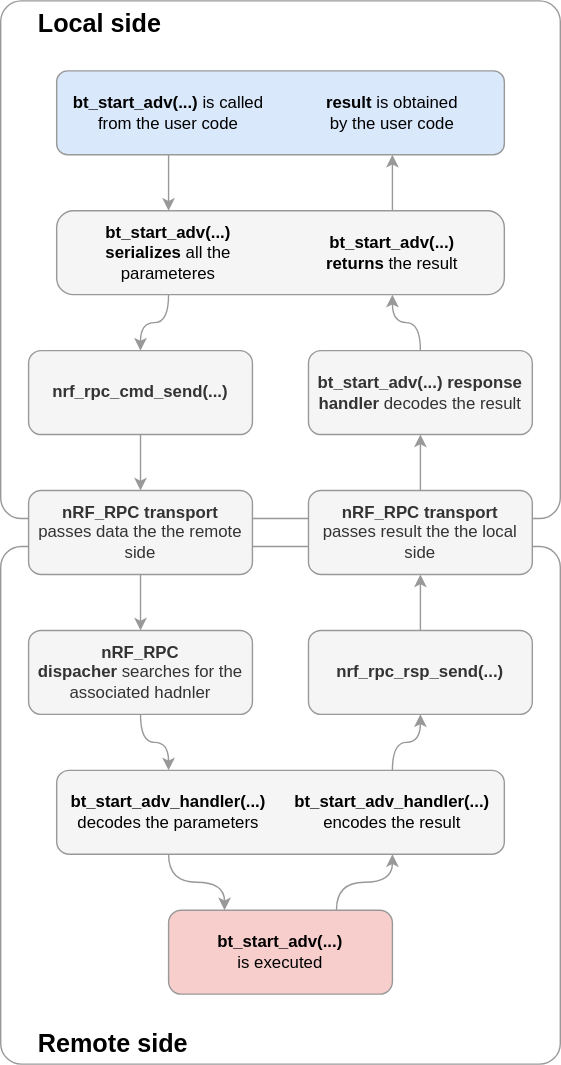
The draw.io diagram nrf_rpc/doc/img/cmd_flow.svg in doki-nordic/nrfxlib-1, before a commit. Source tidied: cells renumbered, new cells last; positions are measured from the earlier drawing's top-left corner, leaving out a move shared by most shapes. The source it was exported from:
```xml
<mxGraphModel>
  <root>
    <mxCell id="0" />
    <mxCell id="1" parent="0" />
    <mxCell id="2" value="&lt;span style=&quot;font-size: 18px;&quot;&gt;&amp;nbsp; &amp;nbsp; &amp;nbsp;Remote side&lt;/span&gt;" style="rounded=1;whiteSpace=wrap;html=1;arcSize=4;verticalAlign=bottom;align=left;fontSize=18;fontStyle=1;fillColor=none;strokeColor=#999999;" parent="1" vertex="1">
      <mxGeometry y="390" width="400" height="370" as="geometry" />
    </mxCell>
    <mxCell id="3" value="&amp;nbsp; &amp;nbsp; &amp;nbsp;Local side" style="rounded=1;whiteSpace=wrap;html=1;arcSize=4;align=left;verticalAlign=top;fontSize=18;fontStyle=1;fillColor=none;strokeColor=#999999;" parent="1" vertex="1">
      <mxGeometry width="400" height="370" as="geometry" />
    </mxCell>
    <mxCell id="4" style="rounded=1;whiteSpace=wrap;html=1;arcSize=13;fillColor=#dae8fc;strokeColor=#999999;" parent="1" vertex="1">
      <mxGeometry x="40" y="50" width="320" height="60" as="geometry" />
    </mxCell>
    <mxCell id="5" style="edgeStyle=orthogonalEdgeStyle;rounded=0;jettySize=auto;html=1;fillColor=#f5f5f5;strokeColor=#999999;" parent="1" edge="1" source="6" target="8">
      <mxGeometry relative="1" as="geometry" />
    </mxCell>
    <mxCell id="6" value="&lt;b&gt;nrf_rpc_cmd_send(...)&lt;/b&gt;" style="rounded=1;whiteSpace=wrap;html=1;fillColor=#f5f5f5;strokeColor=#999999;fontColor=#333333;" parent="1" vertex="1">
      <mxGeometry x="19.9" y="250" width="160" height="60" as="geometry" />
    </mxCell>
    <mxCell id="7" style="edgeStyle=orthogonalEdgeStyle;rounded=0;jettySize=auto;html=1;exitX=0.5;exitY=1;exitDx=0;exitDy=0;fillColor=#f5f5f5;strokeColor=#999999;" parent="1" edge="1" source="8" target="10">
      <mxGeometry relative="1" as="geometry" />
    </mxCell>
    <mxCell id="8" value="&lt;b&gt;nRF_RPC transport&lt;/b&gt;&lt;br&gt;passes data the the remote side" style="rounded=1;whiteSpace=wrap;html=1;fillColor=#f5f5f5;strokeColor=#999999;fontColor=#333333;" parent="1" vertex="1">
      <mxGeometry x="19.9" y="350" width="160" height="60" as="geometry" />
    </mxCell>
    <mxCell id="9" style="edgeStyle=orthogonalEdgeStyle;curved=1;rounded=0;jettySize=auto;html=1;exitX=0.5;exitY=1;exitDx=0;exitDy=0;strokeColor=#999999;" parent="1" edge="1" source="10" target="27">
      <mxGeometry relative="1" as="geometry" />
    </mxCell>
    <mxCell id="10" value="&lt;b&gt;nRF_RPC dispacher&lt;/b&gt;&amp;nbsp;searches for the associated hadnler" style="rounded=1;whiteSpace=wrap;html=1;fillColor=#f5f5f5;strokeColor=#999999;fontColor=#333333;" parent="1" vertex="1">
      <mxGeometry x="19.9" y="450" width="160" height="60" as="geometry" />
    </mxCell>
    <mxCell id="11" style="edgeStyle=orthogonalEdgeStyle;curved=1;rounded=0;jettySize=auto;html=1;exitX=0.5;exitY=0;exitDx=0;exitDy=0;entryX=0.5;entryY=1;entryDx=0;entryDy=0;strokeColor=#999999;" parent="1" edge="1" source="12" target="14">
      <mxGeometry relative="1" as="geometry" />
    </mxCell>
    <mxCell id="12" value="&lt;b&gt;nRF_RPC&amp;nbsp;&lt;/b&gt;&lt;b&gt;transport&lt;/b&gt;&lt;br&gt;passes result the the local side" style="rounded=1;whiteSpace=wrap;html=1;fillColor=#f5f5f5;strokeColor=#999999;fontColor=#333333;" parent="1" vertex="1">
      <mxGeometry x="220" y="350" width="160" height="60" as="geometry" />
    </mxCell>
    <mxCell id="13" style="edgeStyle=orthogonalEdgeStyle;curved=1;rounded=0;jettySize=auto;html=1;exitX=0.5;exitY=0;exitDx=0;exitDy=0;entryX=0.5;entryY=1;entryDx=0;entryDy=0;strokeColor=#999999;" parent="1" edge="1" source="14" target="24">
      <mxGeometry relative="1" as="geometry" />
    </mxCell>
    <mxCell id="14" value="&lt;b&gt;bt_start_adv(...)&lt;/b&gt;&amp;nbsp;&lt;b&gt;response handler&lt;/b&gt;&amp;nbsp;decodes the result" style="rounded=1;whiteSpace=wrap;html=1;fillColor=#f5f5f5;strokeColor=#999999;fontColor=#333333;" parent="1" vertex="1">
      <mxGeometry x="220" y="250" width="160" height="60" as="geometry" />
    </mxCell>
    <mxCell id="15" style="edgeStyle=orthogonalEdgeStyle;curved=1;rounded=0;jettySize=auto;html=1;exitX=0.5;exitY=0;exitDx=0;exitDy=0;entryX=0.5;entryY=1;entryDx=0;entryDy=0;strokeColor=#999999;" parent="1" edge="1" source="16" target="12">
      <mxGeometry relative="1" as="geometry" />
    </mxCell>
    <mxCell id="16" value="&lt;b&gt;nrf_rpc_rsp_send(...)&lt;/b&gt;" style="rounded=1;whiteSpace=wrap;html=1;fillColor=#f5f5f5;strokeColor=#999999;fontColor=#333333;" parent="1" vertex="1">
      <mxGeometry x="220" y="450" width="160" height="60" as="geometry" />
    </mxCell>
    <mxCell id="17" style="edgeStyle=orthogonalEdgeStyle;rounded=0;jettySize=auto;html=1;exitX=0.5;exitY=1;exitDx=0;exitDy=0;entryX=0.5;entryY=0;entryDx=0;entryDy=0;strokeColor=#999999;" parent="1" edge="1" source="18" target="22">
      <mxGeometry relative="1" as="geometry" />
    </mxCell>
    <mxCell id="18" value="&lt;b&gt;bt_start_adv(...)&lt;/b&gt;&amp;nbsp;is called from the user code" style="text;html=1;strokeColor=none;fillColor=none;align=center;verticalAlign=middle;whiteSpace=wrap;rounded=0;" parent="1" vertex="1">
      <mxGeometry x="40" y="50" width="160" height="60" as="geometry" />
    </mxCell>
    <mxCell id="19" value="&lt;b&gt;result&lt;/b&gt;&amp;nbsp;is obtained&lt;br&gt;by the user code" style="text;html=1;strokeColor=none;fillColor=none;align=center;verticalAlign=middle;whiteSpace=wrap;rounded=0;" parent="1" vertex="1">
      <mxGeometry x="200" y="50" width="160" height="60" as="geometry" />
    </mxCell>
    <mxCell id="20" style="rounded=1;whiteSpace=wrap;html=1;arcSize=20;fillColor=#F5F5F5;strokeColor=#999999;" parent="1" vertex="1">
      <mxGeometry x="40" y="150" width="320" height="60" as="geometry" />
    </mxCell>
    <mxCell id="21" style="edgeStyle=orthogonalEdgeStyle;curved=1;rounded=0;jettySize=auto;html=1;exitX=0.5;exitY=1;exitDx=0;exitDy=0;strokeColor=#999999;" parent="1" edge="1" source="22" target="6">
      <mxGeometry relative="1" as="geometry" />
    </mxCell>
    <mxCell id="22" value="&lt;b&gt;bt_start_adv(...)&lt;br&gt;serializes&lt;/b&gt;&lt;span&gt;&amp;nbsp;all the parameteres&lt;/span&gt;" style="text;html=1;strokeColor=none;fillColor=none;align=center;verticalAlign=middle;whiteSpace=wrap;rounded=0;" parent="1" vertex="1">
      <mxGeometry x="40" y="150" width="160" height="60" as="geometry" />
    </mxCell>
    <mxCell id="23" style="edgeStyle=orthogonalEdgeStyle;rounded=0;jettySize=auto;html=1;exitX=0.5;exitY=0;exitDx=0;exitDy=0;entryX=0.5;entryY=1;entryDx=0;entryDy=0;strokeColor=#999999;" parent="1" edge="1" source="24" target="19">
      <mxGeometry relative="1" as="geometry" />
    </mxCell>
    <mxCell id="24" value="&lt;b&gt;bt_start_adv(...)&lt;br&gt;returns&lt;/b&gt;&lt;span&gt;&amp;nbsp;the result&lt;/span&gt;" style="text;html=1;strokeColor=none;fillColor=none;align=center;verticalAlign=middle;whiteSpace=wrap;rounded=0;" parent="1" vertex="1">
      <mxGeometry x="200" y="150" width="160" height="60" as="geometry" />
    </mxCell>
    <mxCell id="25" style="rounded=1;whiteSpace=wrap;html=1;arcSize=15;fillColor=#F5F5F5;strokeColor=#999999;" parent="1" vertex="1">
      <mxGeometry x="40" y="550" width="320" height="60" as="geometry" />
    </mxCell>
    <mxCell id="26" style="edgeStyle=orthogonalEdgeStyle;rounded=0;jettySize=auto;html=1;exitX=0.5;exitY=1;exitDx=0;exitDy=0;entryX=0.25;entryY=0;entryDx=0;entryDy=0;strokeColor=#999999;curved=1;" parent="1" edge="1" source="27" target="31">
      <mxGeometry relative="1" as="geometry" />
    </mxCell>
    <mxCell id="27" value="&lt;b&gt;bt_start_adv_handler(...)&lt;br&gt;&lt;/b&gt;&lt;span&gt;decodes the parameters&lt;/span&gt;" style="text;html=1;strokeColor=none;fillColor=none;align=center;verticalAlign=middle;whiteSpace=wrap;rounded=0;" parent="1" vertex="1">
      <mxGeometry x="40" y="550" width="160" height="60" as="geometry" />
    </mxCell>
    <mxCell id="28" style="edgeStyle=orthogonalEdgeStyle;curved=1;rounded=0;jettySize=auto;html=1;exitX=0.5;exitY=0;exitDx=0;exitDy=0;entryX=0.5;entryY=1;entryDx=0;entryDy=0;strokeColor=#999999;" parent="1" edge="1" source="29" target="16">
      <mxGeometry relative="1" as="geometry" />
    </mxCell>
    <mxCell id="29" value="&lt;b&gt;bt_start_adv_handler(...)&lt;br&gt;&lt;/b&gt;&lt;span&gt;encodes the result&lt;/span&gt;" style="text;html=1;strokeColor=none;fillColor=none;align=center;verticalAlign=middle;whiteSpace=wrap;rounded=0;" parent="1" vertex="1">
      <mxGeometry x="200" y="550" width="160" height="60" as="geometry" />
    </mxCell>
    <mxCell id="30" style="edgeStyle=orthogonalEdgeStyle;curved=1;rounded=0;jettySize=auto;html=1;exitX=0.75;exitY=0;exitDx=0;exitDy=0;entryX=0.5;entryY=1;entryDx=0;entryDy=0;strokeColor=#999999;" parent="1" edge="1" source="31" target="29">
      <mxGeometry relative="1" as="geometry" />
    </mxCell>
    <mxCell id="31" value="&lt;b&gt;bt_start_adv(...)&lt;br&gt;&lt;/b&gt;is executed" style="rounded=1;whiteSpace=wrap;html=1;fillColor=#f8cecc;strokeColor=#999999;" parent="1" vertex="1">
      <mxGeometry x="120" y="650" width="160" height="60" as="geometry" />
    </mxCell>
  </root>
</mxGraphModel>
```
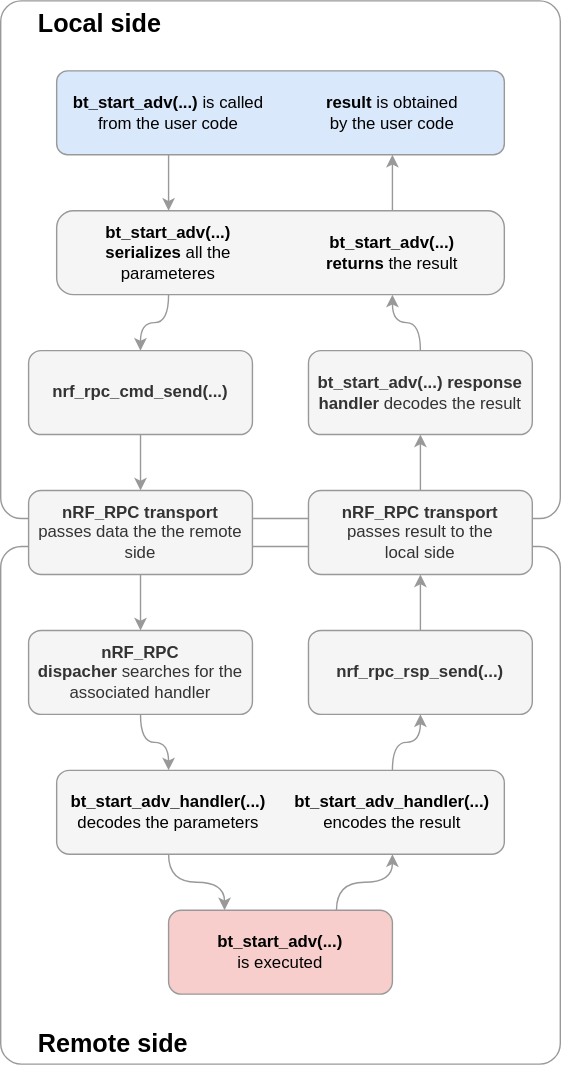
After the commit.

Diff of the diagram source:
```diff
@@ -26,13 +26,13 @@
     <mxCell id="9" style="edgeStyle=orthogonalEdgeStyle;curved=1;rounded=0;jettySize=auto;html=1;exitX=0.5;exitY=1;exitDx=0;exitDy=0;strokeColor=#999999;" parent="1" edge="1" source="10" target="27">
       <mxGeometry relative="1" as="geometry" />
     </mxCell>
-    <mxCell id="10" value="&lt;b&gt;nRF_RPC dispacher&lt;/b&gt;&amp;nbsp;searches for the associated hadnler" style="rounded=1;whiteSpace=wrap;html=1;fillColor=#f5f5f5;strokeColor=#999999;fontColor=#333333;" parent="1" vertex="1">
+    <mxCell id="10" value="&lt;b&gt;nRF_RPC dispacher&lt;/b&gt;&amp;nbsp;searches for the associated handler" style="rounded=1;whiteSpace=wrap;html=1;fillColor=#f5f5f5;strokeColor=#999999;fontColor=#333333;" parent="1" vertex="1">
       <mxGeometry x="19.9" y="450" width="160" height="60" as="geometry" />
     </mxCell>
     <mxCell id="11" style="edgeStyle=orthogonalEdgeStyle;curved=1;rounded=0;jettySize=auto;html=1;exitX=0.5;exitY=0;exitDx=0;exitDy=0;entryX=0.5;entryY=1;entryDx=0;entryDy=0;strokeColor=#999999;" parent="1" edge="1" source="12" target="14">
       <mxGeometry relative="1" as="geometry" />
     </mxCell>
-    <mxCell id="12" value="&lt;b&gt;nRF_RPC&amp;nbsp;&lt;/b&gt;&lt;b&gt;transport&lt;/b&gt;&lt;br&gt;passes result the the local side" style="rounded=1;whiteSpace=wrap;html=1;fillColor=#f5f5f5;strokeColor=#999999;fontColor=#333333;" parent="1" vertex="1">
+    <mxCell id="12" value="&lt;b&gt;nRF_RPC&amp;nbsp;&lt;/b&gt;&lt;b&gt;transport&lt;/b&gt;&lt;br&gt;passes result to the&lt;br&gt;local side" style="rounded=1;whiteSpace=wrap;html=1;fillColor=#f5f5f5;strokeColor=#999999;fontColor=#333333;" parent="1" vertex="1">
       <mxGeometry x="220" y="350" width="160" height="60" as="geometry" />
     </mxCell>
     <mxCell id="13" style="edgeStyle=orthogonalEdgeStyle;curved=1;rounded=0;jettySize=auto;html=1;exitX=0.5;exitY=0;exitDx=0;exitDy=0;entryX=0.5;entryY=1;entryDx=0;entryDy=0;strokeColor=#999999;" parent="1" edge="1" source="14" target="24">
```
